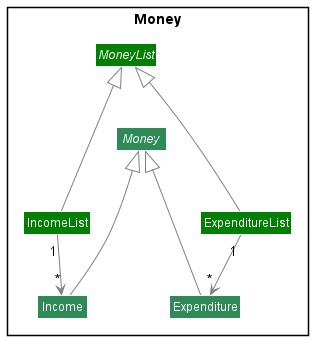
Earlier version of the PlantUML export docs/images/MoneyClassDiagram.png (nus-cs2113-AY2122S2/tp).
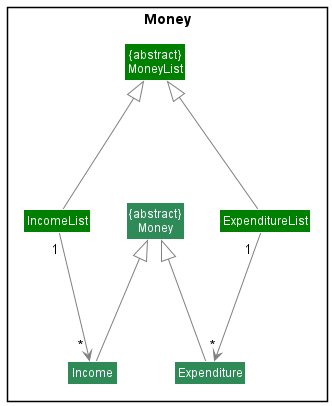
The same file after the commit.

Commit message:
Updated Money Class Diagram

Change to the diagram source:
```diff
@@ -2,8 +2,8 @@
 !include style.puml
 
 Package "Money" <<Rectangle>> {
-    abstract class Money MONEY_COLOR_T1
-    abstract class MoneyList MONEY_COLOR
+    class "{abstract}\nMoney" as Money MONEY_COLOR_T1
+    class "{abstract}\nMoneyList" as MoneyList MONEY_COLOR
     class Income MONEY_COLOR_T1
     class IncomeList MONEY_COLOR
     class Expenditure MONEY_COLOR_T1
@@ -16,7 +16,11 @@
 IncomeList --up[#grey]-|> MoneyList
 ExpenditureList --up[#grey]-|> MoneyList
 
-IncomeList "1" -down[#grey]-> "*" Income
-ExpenditureList "1" -down[#grey]-> "*" Expenditure
+IncomeList "1" -down[#grey]-> "      *" Income
+ExpenditureList "        1" -down[#grey]-> "*" Expenditure
+
+Money -L[#hidden]> IncomeList
+Money -R[#hidden]> ExpenditureList
+Money -U[#hidden]> MoneyList
 
 @enduml
```
